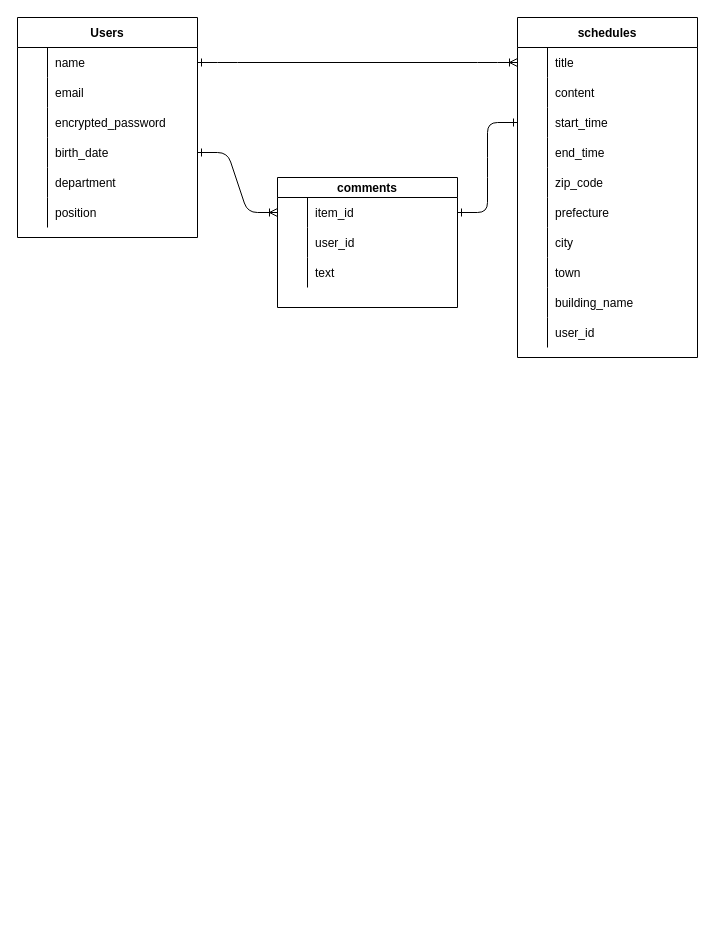
Before: schedule_calendar.dio in hirokichitana/schedule-calendar, a draw.io diagram. Source tidied: cells renumbered, new cells numbered last; positions are measured from the earlier drawing's top-left corner, leaving out a move shared by most shapes. Both pictures are drawn from the tidied source at 100%, with x=0, y=0 at pixel (17, 17).
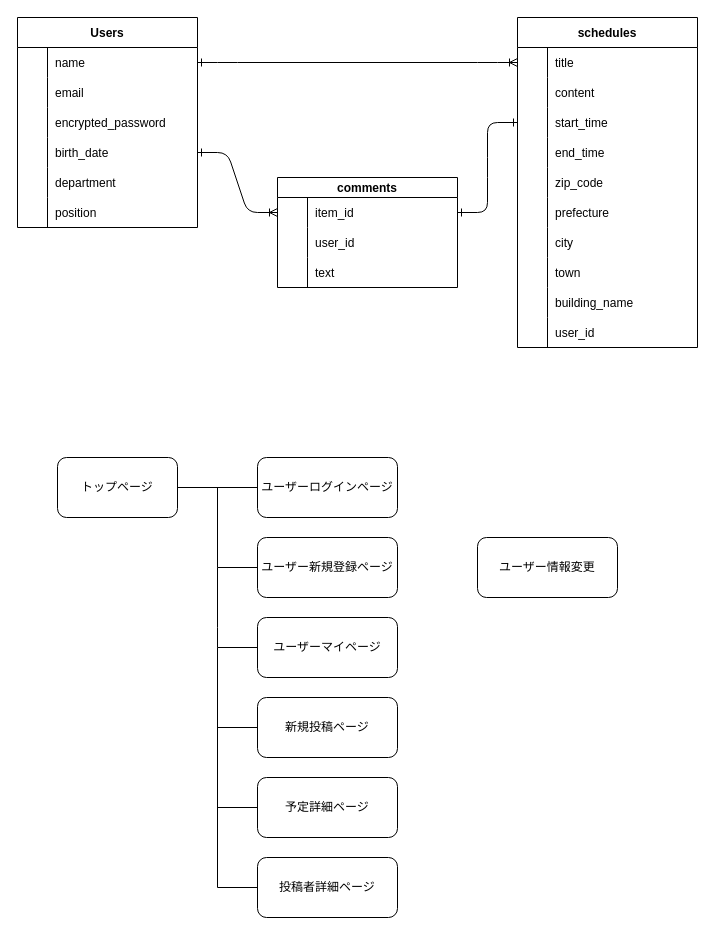
The same page after the edit.

Change to the diagram source:
```diff
@@
     <mxCell id="2" value="schedules" style="shape=table;startSize=30;childLayout=tableLayout;rowLines=0;fontStyle=1;align=center;rounded=0;" parent="1" vertex="1">
-      <mxGeometry x="500" width="180" height="340" as="geometry" />
+      <mxGeometry x="500" width="180" height="330" as="geometry" />
     </mxCell>
@@
     <mxCell id="33" value="Users" style="shape=table;startSize=30;childLayout=tableLayout;rowLines=0;fontStyle=1;align=center;" parent="1" vertex="1">
-      <mxGeometry width="180" height="220" as="geometry" />
+      <mxGeometry width="180" height="210" as="geometry" />
     </mxCell>
@@
     <mxCell id="53" value="comments" style="shape=table;startSize=20;childLayout=tableLayout;rowLines=0;fontStyle=1;align=center;" parent="1" vertex="1">
-      <mxGeometry x="260" y="160" width="180" height="130" as="geometry" />
+      <mxGeometry x="260" y="160" width="180" height="110" as="geometry" />
     </mxCell>
@@
+    <mxCell id="65" value="トップページ" style="rounded=1;whiteSpace=wrap;html=1;" parent="1" vertex="1">
+      <mxGeometry x="40" y="440" width="120" height="60" as="geometry" />
+    </mxCell>
+    <mxCell id="66" value="ユーザーログインページ" style="whiteSpace=wrap;html=1;rounded=1;" parent="1" vertex="1">
+      <mxGeometry x="240" y="440" width="140" height="60" as="geometry" />
+    </mxCell>
+    <mxCell id="67" style="endArrow=none;html=1;entryX=0;entryY=0.5;entryDx=0;entryDy=0;" parent="1" edge="1" target="66">
+      <mxGeometry relative="1" as="geometry">
+        <mxPoint x="160" y="470" as="sourcePoint" />
+      </mxGeometry>
+    </mxCell>
+    <mxCell id="68" value="ユーザー新規登録ページ" style="rounded=1;whiteSpace=wrap;html=1;" parent="1" vertex="1">
+      <mxGeometry x="240" y="520" width="140" height="60" as="geometry" />
+    </mxCell>
+    <mxCell id="69" style="endArrow=none;html=1;" parent="1" edge="1">
+      <mxGeometry relative="1" as="geometry">
+        <mxPoint x="200" y="550" as="sourcePoint" />
+        <mxPoint x="200" y="470" as="targetPoint" />
+      </mxGeometry>
+    </mxCell>
+    <mxCell id="70" style="endArrow=none;html=1;exitX=0;exitY=0.5;exitDx=0;exitDy=0;" parent="1" edge="1" source="68">
+      <mxGeometry relative="1" as="geometry">
+        <mxPoint x="200" y="550" as="targetPoint" />
+      </mxGeometry>
+    </mxCell>
+    <mxCell id="71" value="ユーザーマイページ" style="rounded=1;whiteSpace=wrap;html=1;" parent="1" vertex="1">
+      <mxGeometry x="240" y="600" width="140" height="60" as="geometry" />
+    </mxCell>
+    <mxCell id="72" value="新規投稿ページ" style="rounded=1;whiteSpace=wrap;html=1;" parent="1" vertex="1">
+      <mxGeometry x="240" y="680" width="140" height="60" as="geometry" />
+    </mxCell>
+    <mxCell id="73" value="予定詳細ページ" style="rounded=1;whiteSpace=wrap;html=1;" parent="1" vertex="1">
+      <mxGeometry x="240" y="760" width="140" height="60" as="geometry" />
+    </mxCell>
+    <mxCell id="74" value="投稿者詳細ページ" style="rounded=1;whiteSpace=wrap;html=1;" parent="1" vertex="1">
+      <mxGeometry x="240" y="840" width="140" height="60" as="geometry" />
+    </mxCell>
+    <mxCell id="75" style="endArrow=none;html=1;" parent="1" edge="1">
+      <mxGeometry relative="1" as="geometry">
+        <mxPoint x="200" y="870" as="sourcePoint" />
+        <mxPoint x="200" y="550" as="targetPoint" />
+        <Array as="points">
+          <mxPoint x="200" y="620" />
+        </Array>
+      </mxGeometry>
+    </mxCell>
+    <mxCell id="76" style="endArrow=none;html=1;" parent="1" edge="1">
+      <mxGeometry relative="1" as="geometry">
+        <mxPoint x="200" y="630" as="sourcePoint" />
+        <mxPoint x="240" y="630" as="targetPoint" />
+      </mxGeometry>
+    </mxCell>
+    <mxCell id="77" style="endArrow=none;html=1;entryX=0;entryY=0.5;entryDx=0;entryDy=0;" parent="1" edge="1" target="72">
+      <mxGeometry relative="1" as="geometry">
+        <mxPoint x="200" y="710" as="sourcePoint" />
+      </mxGeometry>
+    </mxCell>
+    <mxCell id="78" style="endArrow=none;html=1;entryX=0;entryY=0.5;entryDx=0;entryDy=0;" parent="1" edge="1" target="73">
+      <mxGeometry relative="1" as="geometry">
+        <mxPoint x="200" y="790" as="sourcePoint" />
+      </mxGeometry>
+    </mxCell>
+    <mxCell id="79" style="endArrow=none;html=1;entryX=0;entryY=0.5;entryDx=0;entryDy=0;" parent="1" edge="1" target="74">
+      <mxGeometry relative="1" as="geometry">
+        <mxPoint x="200" y="870" as="sourcePoint" />
+      </mxGeometry>
+    </mxCell>
+    <mxCell id="80" value="ユーザー情報変更" style="rounded=1;whiteSpace=wrap;html=1;" parent="1" vertex="1">
+      <mxGeometry x="460" y="520" width="140" height="60" as="geometry" />
+    </mxCell>
```
